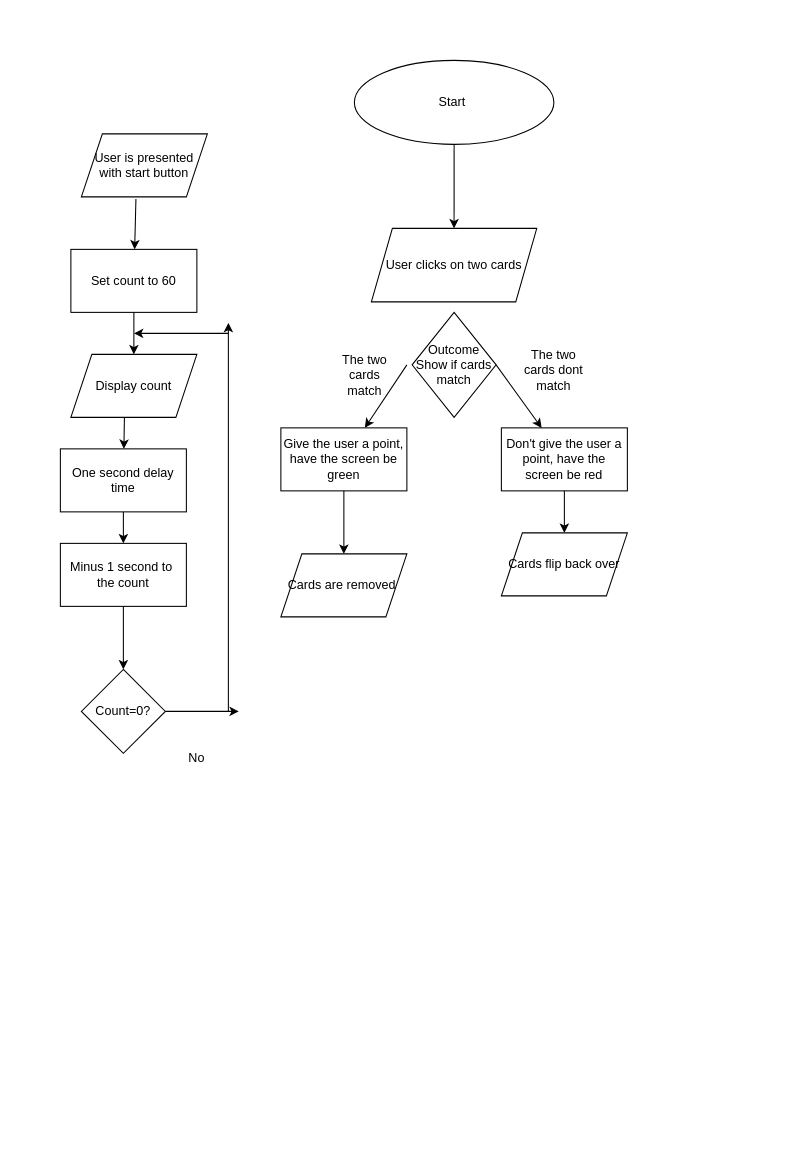
The draw.io diagram createtask.drawio in staten-island-tech/create-task-Ucheong, before the edit. Source tidied: cells renumbered, new cells numbered last; positions are measured from the earlier drawing's top-left corner, leaving out a move shared by most shapes. Both pictures are drawn from the tidied source at 105%, with x=0, y=0 at pixel (60, 60).
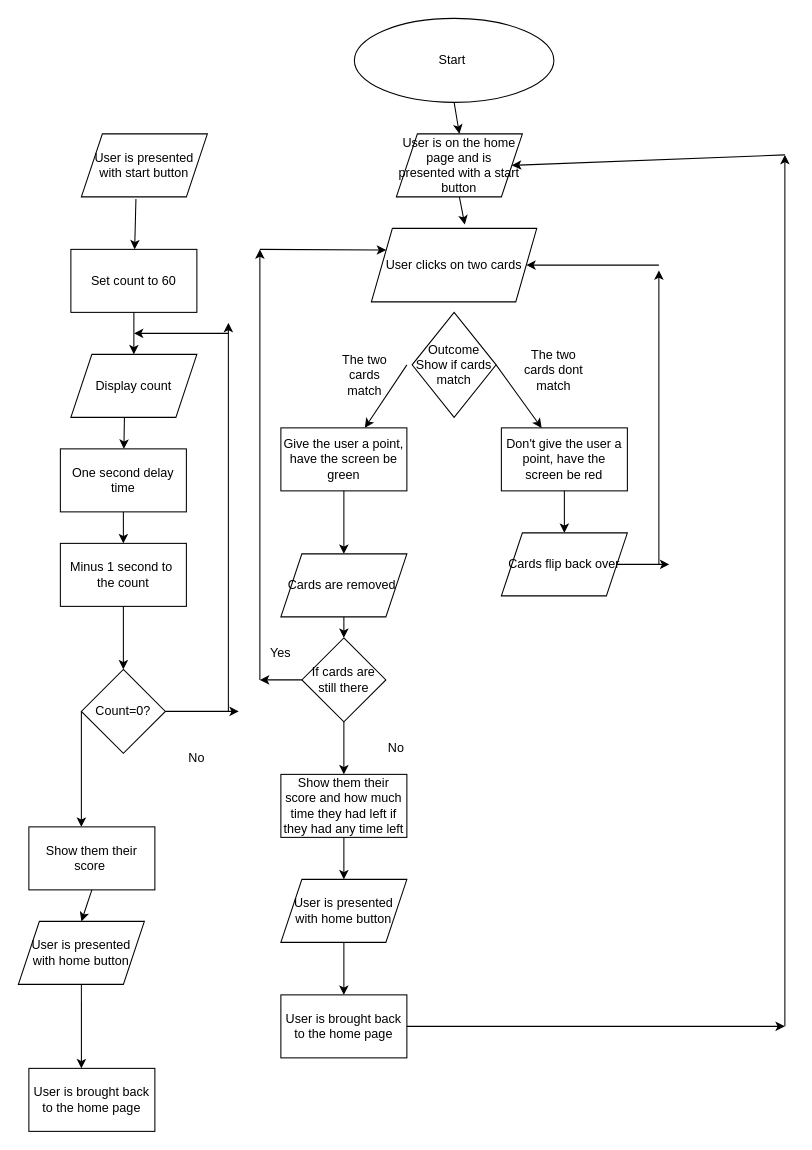
The same diagram, later.

The change refers to these unchanged cells:
```xml
<mxCell id="3" value="User clicks on two cards" style="shape=parallelogram;perimeter=parallelogramPerimeter;whiteSpace=wrap;html=1;fixedSize=1;" parent="1" vertex="1">
  <mxGeometry x="296.2" y="160" width="157.5" height="70" as="geometry" />
</mxCell>
<mxCell id="14" value="Cards are removed&amp;nbsp;" style="shape=parallelogram;perimeter=parallelogramPerimeter;whiteSpace=wrap;html=1;fixedSize=1;" parent="1" vertex="1">
  <mxGeometry x="210" y="470" width="120" height="60" as="geometry" />
</mxCell>
<mxCell id="15" value="Cards flip back over" style="shape=parallelogram;perimeter=parallelogramPerimeter;whiteSpace=wrap;html=1;fixedSize=1;" parent="1" vertex="1">
  <mxGeometry x="420" y="450" width="120" height="60" as="geometry" />
</mxCell>
<mxCell id="26" value="Count=0?" style="rhombus;whiteSpace=wrap;html=1;" parent="1" vertex="1">
  <mxGeometry x="20" y="580" width="80" height="80" as="geometry" />
</mxCell>
```

Change to the diagram source:
```diff
@@
     <mxCell id="2" value="Start&amp;nbsp;" style="ellipse;whiteSpace=wrap;html=1;" parent="1" vertex="1">
-      <mxGeometry x="280" width="190" height="80" as="geometry" />
+      <mxGeometry x="280" y="-40" width="190" height="80" as="geometry" />
     </mxCell>
@@
-    <mxCell id="4" style="endArrow=classic;html=1;rounded=0;exitX=0.5;exitY=1;exitDx=0;exitDy=0;entryX=0.5;entryY=0;entryDx=0;entryDy=0;" parent="1" edge="1" source="2" target="3">
-      <mxGeometry relative="1" as="geometry" />
-    </mxCell>
@@
+    <mxCell id="31" style="endArrow=classic;html=1;rounded=0;exitX=0;exitY=0.5;exitDx=0;exitDy=0;" parent="1" edge="1" source="26">
+      <mxGeometry relative="1" as="geometry">
+        <mxPoint x="20" y="730" as="targetPoint" />
+      </mxGeometry>
+    </mxCell>
+    <mxCell id="32" value="User is presented with home button" style="shape=parallelogram;perimeter=parallelogramPerimeter;whiteSpace=wrap;html=1;fixedSize=1;" parent="1" vertex="1">
+      <mxGeometry x="-40" y="820" width="120" height="60" as="geometry" />
+    </mxCell>
+    <mxCell id="33" value="User is brought back to the home page" style="rounded=0;whiteSpace=wrap;html=1;" parent="1" vertex="1">
+      <mxGeometry x="-30" y="960" width="120" height="60" as="geometry" />
+    </mxCell>
+    <mxCell id="34" style="endArrow=classic;html=1;rounded=0;exitX=0.5;exitY=1;exitDx=0;exitDy=0;entryX=0.417;entryY=0;entryDx=0;entryDy=0;entryPerimeter=0;" parent="1" edge="1" source="32" target="33">
+      <mxGeometry relative="1" as="geometry" />
+    </mxCell>
+    <mxCell id="35" value="If cards are still there" style="rhombus;whiteSpace=wrap;html=1;" parent="1" vertex="1">
+      <mxGeometry x="230" y="550" width="80" height="80" as="geometry" />
+    </mxCell>
+    <mxCell id="36" style="endArrow=classic;html=1;rounded=0;exitX=1;exitY=0.5;exitDx=0;exitDy=0;" parent="1" edge="1" source="15">
+      <mxGeometry relative="1" as="geometry">
+        <mxPoint x="580" y="480" as="targetPoint" />
+      </mxGeometry>
+    </mxCell>
+    <mxCell id="37" style="endArrow=classic;html=1;rounded=0;" parent="1" edge="1">
+      <mxGeometry relative="1" as="geometry">
+        <mxPoint x="570" y="480" as="sourcePoint" />
+        <mxPoint x="570" y="200" as="targetPoint" />
+      </mxGeometry>
+    </mxCell>
+    <mxCell id="38" style="endArrow=classic;html=1;rounded=0;entryX=1;entryY=0.5;entryDx=0;entryDy=0;" parent="1" edge="1" target="3">
+      <mxGeometry relative="1" as="geometry">
+        <mxPoint x="570" y="195" as="sourcePoint" />
+      </mxGeometry>
+    </mxCell>
+    <mxCell id="39" style="endArrow=classic;html=1;rounded=0;exitX=0.5;exitY=1;exitDx=0;exitDy=0;entryX=0.5;entryY=0;entryDx=0;entryDy=0;" parent="1" edge="1" source="14" target="35">
+      <mxGeometry relative="1" as="geometry" />
+    </mxCell>
+    <mxCell id="40" style="endArrow=classic;html=1;rounded=0;exitX=0.5;exitY=1;exitDx=0;exitDy=0;" parent="1" edge="1" source="35">
+      <mxGeometry relative="1" as="geometry">
+        <mxPoint x="270" y="680" as="targetPoint" />
+      </mxGeometry>
+    </mxCell>
+    <mxCell id="41" style="endArrow=classic;html=1;rounded=0;exitX=0;exitY=0.5;exitDx=0;exitDy=0;" parent="1" edge="1" source="35">
+      <mxGeometry relative="1" as="geometry">
+        <mxPoint x="190" y="590" as="targetPoint" />
+      </mxGeometry>
+    </mxCell>
+    <mxCell id="42" style="endArrow=classic;html=1;rounded=0;" parent="1" edge="1">
+      <mxGeometry relative="1" as="geometry">
+        <mxPoint x="190" y="590" as="sourcePoint" />
+        <mxPoint x="190" y="180" as="targetPoint" />
+      </mxGeometry>
+    </mxCell>
+    <mxCell id="43" style="endArrow=classic;html=1;rounded=0;entryX=0;entryY=0.25;entryDx=0;entryDy=0;" parent="1" edge="1" target="3">
+      <mxGeometry relative="1" as="geometry">
+        <mxPoint x="190" y="180" as="sourcePoint" />
+      </mxGeometry>
+    </mxCell>
+    <mxCell id="44" value="Yes" style="text;html=1;strokeColor=none;fillColor=none;align=center;verticalAlign=middle;whiteSpace=wrap;rounded=0;" parent="1" vertex="1">
+      <mxGeometry x="180" y="550" width="60" height="30" as="geometry" />
+    </mxCell>
+    <mxCell id="45" value="No" style="text;html=1;strokeColor=none;fillColor=none;align=center;verticalAlign=middle;whiteSpace=wrap;rounded=0;" parent="1" vertex="1">
+      <mxGeometry x="290" y="640" width="60" height="30" as="geometry" />
+    </mxCell>
+    <mxCell id="46" value="Show them their score and how much time they had left if they had any time left" style="rounded=0;whiteSpace=wrap;html=1;" parent="1" vertex="1">
+      <mxGeometry x="210" y="680" width="120" height="60" as="geometry" />
+    </mxCell>
+    <mxCell id="47" value="Show them their score&amp;nbsp;" style="rounded=0;whiteSpace=wrap;html=1;" parent="1" vertex="1">
+      <mxGeometry x="-30" y="730" width="120" height="60" as="geometry" />
+    </mxCell>
+    <mxCell id="48" style="endArrow=classic;html=1;rounded=0;exitX=0.5;exitY=1;exitDx=0;exitDy=0;entryX=0.5;entryY=0;entryDx=0;entryDy=0;" parent="1" edge="1" source="47" target="32">
+      <mxGeometry relative="1" as="geometry" />
+    </mxCell>
+    <mxCell id="49" value="User is presented with home button" style="shape=parallelogram;perimeter=parallelogramPerimeter;whiteSpace=wrap;html=1;fixedSize=1;" parent="1" vertex="1">
+      <mxGeometry x="210" y="780" width="120" height="60" as="geometry" />
+    </mxCell>
+    <mxCell id="50" value="User is brought back to the home page" style="rounded=0;whiteSpace=wrap;html=1;" parent="1" vertex="1">
+      <mxGeometry x="210" y="890" width="120" height="60" as="geometry" />
+    </mxCell>
+    <mxCell id="51" style="endArrow=classic;html=1;rounded=0;exitX=0.5;exitY=1;exitDx=0;exitDy=0;entryX=0.5;entryY=0;entryDx=0;entryDy=0;" parent="1" edge="1" source="46" target="49">
+      <mxGeometry relative="1" as="geometry" />
+    </mxCell>
+    <mxCell id="52" style="endArrow=classic;html=1;rounded=0;exitX=0.5;exitY=1;exitDx=0;exitDy=0;entryX=0.5;entryY=0;entryDx=0;entryDy=0;" parent="1" edge="1" source="49" target="50">
+      <mxGeometry relative="1" as="geometry" />
+    </mxCell>
+    <mxCell id="53" value="User is on the home page and is presented with a start button" style="shape=parallelogram;perimeter=parallelogramPerimeter;whiteSpace=wrap;html=1;fixedSize=1;" parent="1" vertex="1">
+      <mxGeometry x="320" y="70" width="120" height="60" as="geometry" />
+    </mxCell>
+    <mxCell id="54" style="endArrow=classic;html=1;rounded=0;exitX=0.5;exitY=1;exitDx=0;exitDy=0;entryX=0.5;entryY=0;entryDx=0;entryDy=0;" parent="1" edge="1" source="2" target="53">
+      <mxGeometry relative="1" as="geometry" />
+    </mxCell>
+    <mxCell id="55" style="endArrow=classic;html=1;rounded=0;exitX=0.5;exitY=1;exitDx=0;exitDy=0;entryX=0.565;entryY=-0.051;entryDx=0;entryDy=0;entryPerimeter=0;" parent="1" edge="1" source="53" target="3">
+      <mxGeometry relative="1" as="geometry" />
+    </mxCell>
+    <mxCell id="56" style="endArrow=classic;html=1;rounded=0;exitX=1;exitY=0.5;exitDx=0;exitDy=0;" parent="1" edge="1" source="50">
+      <mxGeometry relative="1" as="geometry">
+        <mxPoint x="690" y="920" as="targetPoint" />
+      </mxGeometry>
+    </mxCell>
+    <mxCell id="57" style="endArrow=classic;html=1;rounded=0;" parent="1" edge="1">
+      <mxGeometry relative="1" as="geometry">
+        <mxPoint x="690" y="920" as="sourcePoint" />
+        <mxPoint x="690" y="90" as="targetPoint" />
+      </mxGeometry>
+    </mxCell>
+    <mxCell id="58" style="endArrow=classic;html=1;rounded=0;entryX=1;entryY=0.5;entryDx=0;entryDy=0;" parent="1" edge="1" target="53">
+      <mxGeometry relative="1" as="geometry">
+        <mxPoint x="690" y="90" as="sourcePoint" />
+      </mxGeometry>
+    </mxCell>
```
